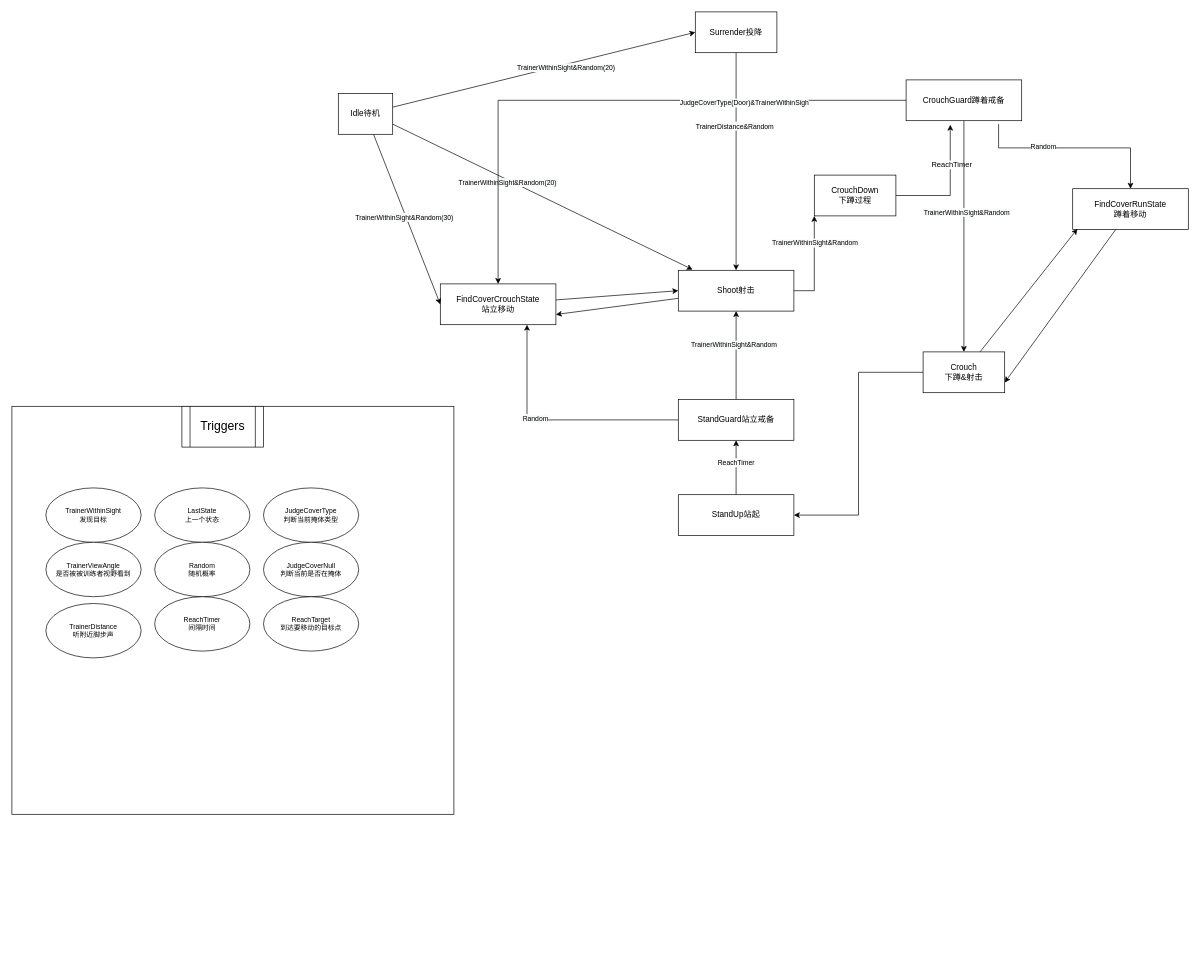
This is Untitled Diagram.drawio from LKaiGuo/CubeXGame, a draw.io file, before an edit. Source tidied: cells renumbered, new cells numbered last; positions are measured from the earlier drawing's top-left corner, leaving out a move shared by most shapes. Both pictures are drawn from the tidied source at 68%, with x=0, y=0 at pixel (12, 12).
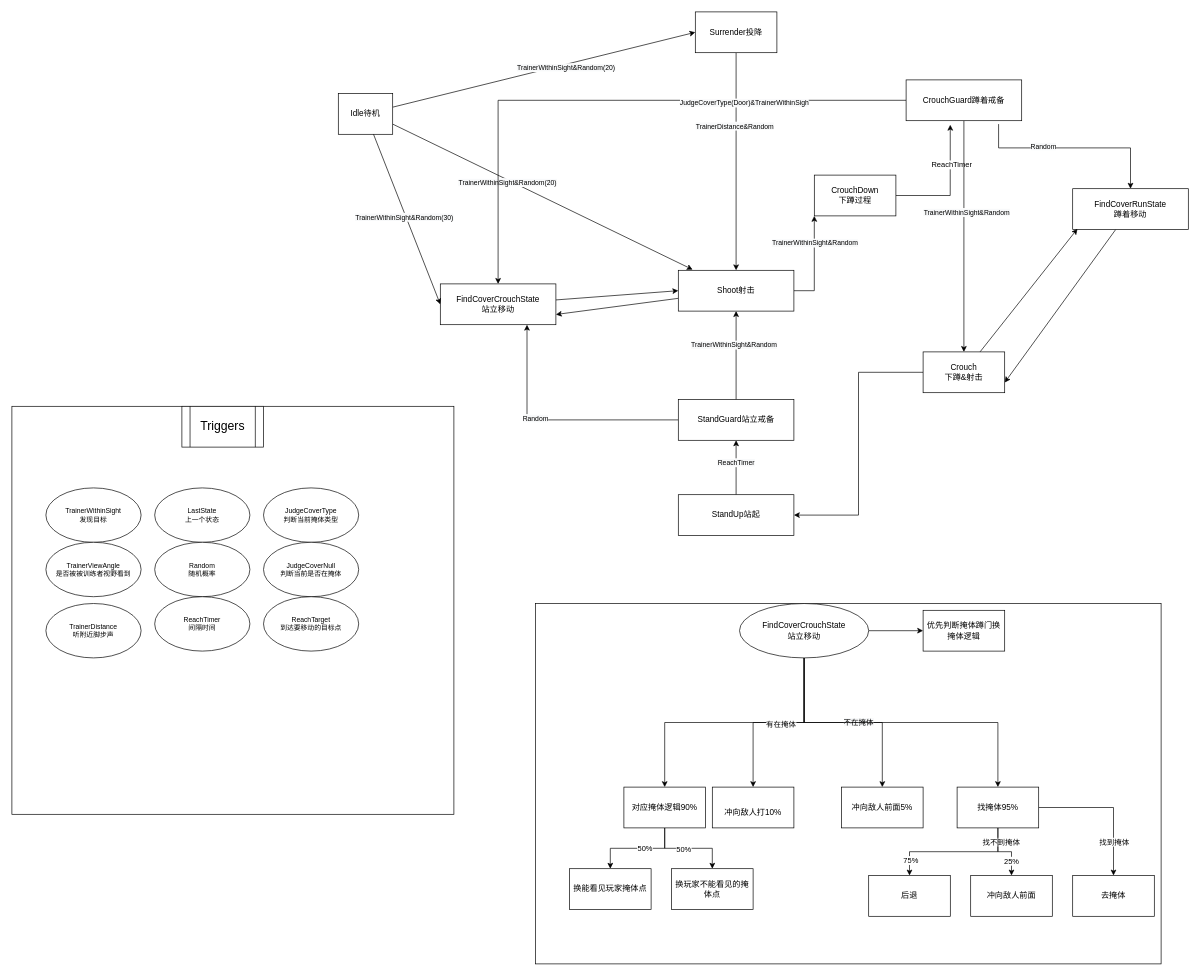
After the change.

Change to the diagram source:
```diff
@@
+    <mxCell id="54" style="group;" parent="1" vertex="1">
+      <mxGeometry x="770" y="870" width="920" height="530" as="geometry" />
+    </mxCell>
+    <mxCell id="55" style="rounded=0;whiteSpace=wrap;html=1;" parent="54" vertex="1">
+      <mxGeometry width="920" height="530" as="geometry" />
+    </mxCell>
+    <mxCell id="56" style="edgeStyle=orthogonalEdgeStyle;rounded=0;jettySize=auto;html=1;" parent="54" edge="1" source="63" target="72">
+      <mxGeometry relative="1" as="geometry" />
+    </mxCell>
+    <mxCell id="57" value="&lt;span style=&quot;background-color: rgb(248 , 249 , 250)&quot;&gt;不在掩体&lt;/span&gt;" style="edgeLabel;html=1;align=center;verticalAlign=middle;" parent="56" vertex="1">
+      <mxGeometry x="0.32" y="1" relative="1" as="geometry">
+        <mxPoint x="-27" as="offset" />
+      </mxGeometry>
+    </mxCell>
+    <mxCell id="58" style="edgeStyle=orthogonalEdgeStyle;rounded=0;jettySize=auto;html=1;" parent="54" edge="1" source="63" target="73">
+      <mxGeometry relative="1" as="geometry" />
+    </mxCell>
+    <mxCell id="59" style="edgeStyle=orthogonalEdgeStyle;rounded=0;jettySize=auto;html=1;exitX=0.5;exitY=1;exitDx=0;exitDy=0;entryX=0.5;entryY=0;entryDx=0;entryDy=0;" parent="54" edge="1" source="63" target="74">
+      <mxGeometry relative="1" as="geometry" />
+    </mxCell>
+    <mxCell id="60" style="edgeStyle=orthogonalEdgeStyle;rounded=0;jettySize=auto;html=1;entryX=0.5;entryY=0;entryDx=0;entryDy=0;exitX=0.5;exitY=1;exitDx=0;exitDy=0;" parent="54" edge="1" source="63" target="68">
+      <mxGeometry relative="1" as="geometry" />
+    </mxCell>
+    <mxCell id="61" value="有在掩体" style="edgeLabel;html=1;align=center;verticalAlign=middle;" parent="60" vertex="1">
+      <mxGeometry x="-0.34" y="2" relative="1" as="geometry" />
+    </mxCell>
+    <mxCell id="62" style="edgeStyle=orthogonalEdgeStyle;rounded=0;jettySize=auto;html=1;exitX=0.5;exitY=1;exitDx=0;exitDy=0;" parent="54" edge="1" source="63" target="82">
+      <mxGeometry relative="1" as="geometry" />
+    </mxCell>
+    <mxCell id="63" value="&lt;span&gt;FindCoverCrouchState&lt;/span&gt;&lt;br&gt;&lt;span&gt;站立移动&lt;/span&gt;" style="ellipse;whiteSpace=wrap;html=1;" parent="54" vertex="1">
+      <mxGeometry x="300" width="190" height="80" as="geometry" />
+    </mxCell>
+    <mxCell id="64" style="edgeStyle=orthogonalEdgeStyle;rounded=0;jettySize=auto;html=1;" parent="54" edge="1" source="68" target="76">
+      <mxGeometry relative="1" as="geometry" />
+    </mxCell>
+    <mxCell id="65" value="50%" style="edgeLabel;html=1;align=center;verticalAlign=middle;" parent="64" vertex="1">
+      <mxGeometry x="0.2" relative="1" as="geometry">
+        <mxPoint x="24" as="offset" />
+      </mxGeometry>
+    </mxCell>
+    <mxCell id="66" style="edgeStyle=orthogonalEdgeStyle;rounded=0;jettySize=auto;html=1;" parent="54" edge="1" source="68" target="75">
+      <mxGeometry relative="1" as="geometry" />
+    </mxCell>
+    <mxCell id="67" value="50%" style="edgeLabel;html=1;align=center;verticalAlign=middle;" parent="66" vertex="1">
+      <mxGeometry x="-0.13" y="-1" relative="1" as="geometry" />
+    </mxCell>
+    <mxCell id="68" value="对应掩体逻辑90%" style="rounded=0;whiteSpace=wrap;html=1;" parent="54" vertex="1">
+      <mxGeometry x="130" y="270" width="120" height="60" as="geometry" />
+    </mxCell>
+    <mxCell id="69" style="edgeStyle=orthogonalEdgeStyle;rounded=0;jettySize=auto;html=1;exitX=0.5;exitY=1;exitDx=0;exitDy=0;" parent="54" edge="1" source="82" target="77">
+      <mxGeometry relative="1" as="geometry" />
+    </mxCell>
+    <mxCell id="70" value="找不到掩体" style="edgeLabel;html=1;align=center;verticalAlign=middle;" parent="69" vertex="1">
+      <mxGeometry x="-0.24" y="-1" relative="1" as="geometry">
+        <mxPoint x="45" y="-14" as="offset" />
+      </mxGeometry>
+    </mxCell>
+    <mxCell id="71" value="75%" style="edgeLabel;html=1;align=center;verticalAlign=middle;" parent="69" vertex="1">
+      <mxGeometry x="0.77" y="1" relative="1" as="geometry" />
+    </mxCell>
+    <mxCell id="72" value="冲向敌人前面5%" style="rounded=0;whiteSpace=wrap;html=1;" parent="54" vertex="1">
+      <mxGeometry x="450" y="270" width="120" height="60" as="geometry" />
+    </mxCell>
+    <mxCell id="73" value="优先判断掩体蹲门换掩体逻辑" style="rounded=0;whiteSpace=wrap;html=1;" parent="54" vertex="1">
+      <mxGeometry x="570" y="10" width="120" height="60" as="geometry" />
+    </mxCell>
+    <mxCell id="74" value="&lt;br&gt;冲向敌人打10%" style="rounded=0;whiteSpace=wrap;html=1;" parent="54" vertex="1">
+      <mxGeometry x="260" y="270" width="120" height="60" as="geometry" />
+    </mxCell>
+    <mxCell id="75" value="换玩家不能看见的掩体点" style="rounded=0;whiteSpace=wrap;html=1;" parent="54" vertex="1">
+      <mxGeometry x="200" y="390" width="120" height="60" as="geometry" />
+    </mxCell>
+    <mxCell id="76" value="换能看见玩家掩体点" style="rounded=0;whiteSpace=wrap;html=1;" parent="54" vertex="1">
+      <mxGeometry x="50" y="390" width="120" height="60" as="geometry" />
+    </mxCell>
+    <mxCell id="77" value="后退" style="rounded=0;whiteSpace=wrap;html=1;" parent="54" vertex="1">
+      <mxGeometry x="490" y="400" width="120" height="60" as="geometry" />
+    </mxCell>
+    <mxCell id="78" style="edgeStyle=orthogonalEdgeStyle;rounded=0;jettySize=auto;html=1;" parent="54" edge="1" source="82" target="83">
+      <mxGeometry relative="1" as="geometry" />
+    </mxCell>
+    <mxCell id="79" value="25%" style="edgeLabel;html=1;align=center;verticalAlign=middle;" parent="78" vertex="1">
+      <mxGeometry x="0.51" y="-1" relative="1" as="geometry" />
+    </mxCell>
+    <mxCell id="80" style="edgeStyle=orthogonalEdgeStyle;rounded=0;jettySize=auto;html=1;entryX=0.5;entryY=0;entryDx=0;entryDy=0;" parent="54" edge="1" source="82" target="84">
+      <mxGeometry relative="1" as="geometry" />
+    </mxCell>
+    <mxCell id="81" value="找到掩体" style="edgeLabel;html=1;align=center;verticalAlign=middle;" parent="80" vertex="1">
+      <mxGeometry x="0.59" y="1" relative="1" as="geometry">
+        <mxPoint x="-1" y="-7" as="offset" />
+      </mxGeometry>
+    </mxCell>
+    <mxCell id="82" value="找掩体95%" style="rounded=0;whiteSpace=wrap;html=1;" parent="54" vertex="1">
+      <mxGeometry x="620" y="270" width="120" height="60" as="geometry" />
+    </mxCell>
+    <mxCell id="83" value="冲向敌人前面" style="rounded=0;whiteSpace=wrap;html=1;" parent="54" vertex="1">
+      <mxGeometry x="640" y="400" width="120" height="60" as="geometry" />
+    </mxCell>
+    <mxCell id="84" value="去掩体" style="rounded=0;whiteSpace=wrap;html=1;" parent="54" vertex="1">
+      <mxGeometry x="790" y="400" width="120" height="60" as="geometry" />
+    </mxCell>
```
